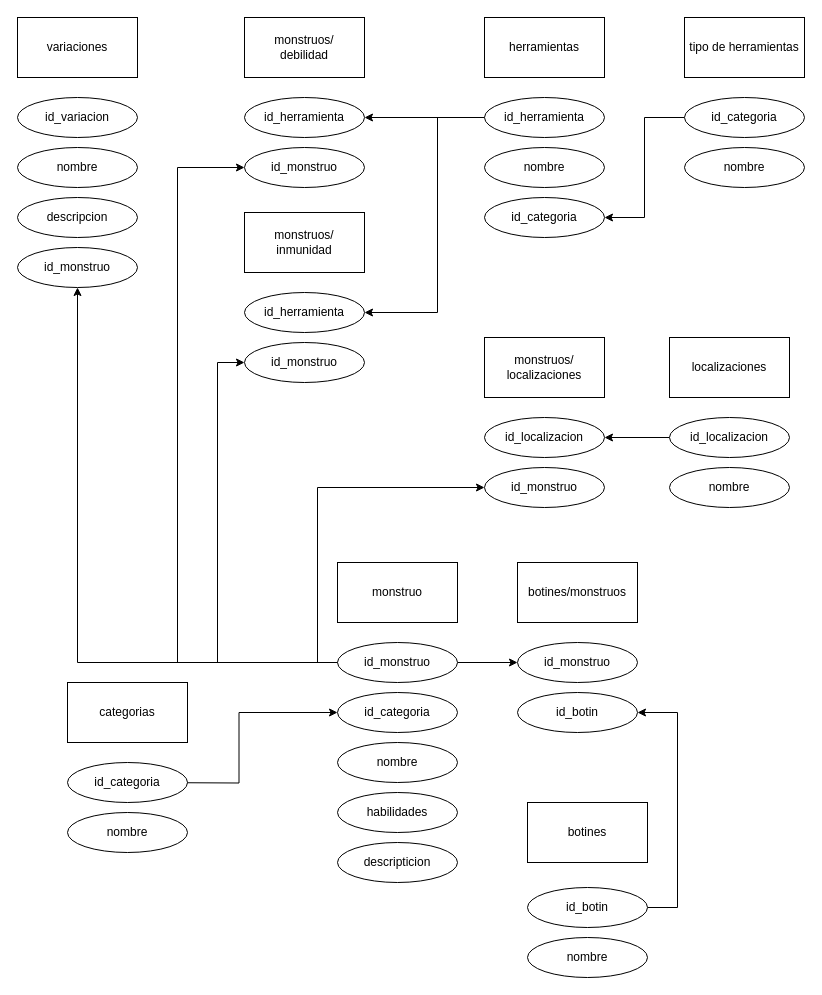
Fede-Diiorio/TheWitcherScript keeps this draw.io diagram as DiagramaBestiario.drawio. Above is the earlier version. Source tidied: cells renumbered, new cells numbered last; positions are measured from the earlier drawing's top-left corner, leaving out a move shared by most shapes. Both pictures are drawn from the tidied source at 100%, with x=0, y=0 at pixel (17, 17).
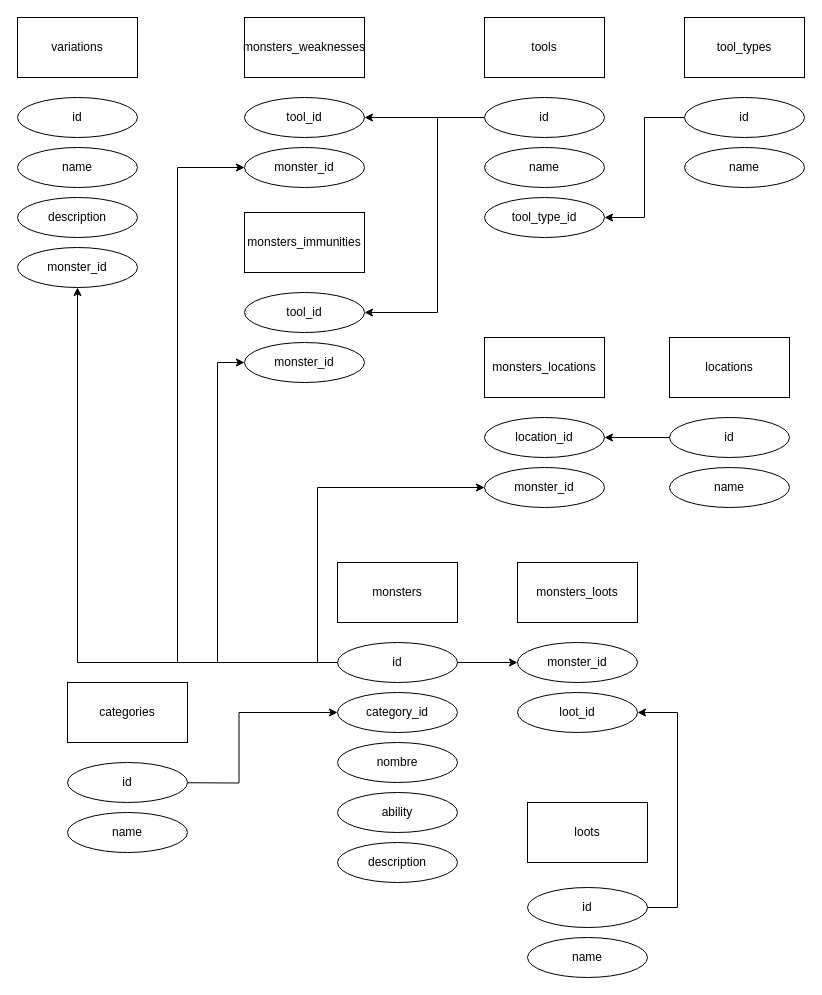
After the change.

Change to the diagram source:
```diff
@@
-    <mxCell id="2" value="categorias" style="rounded=0;whiteSpace=wrap;html=1;" parent="1" vertex="1">
+    <mxCell id="2" value="categories" style="rounded=0;whiteSpace=wrap;html=1;" parent="1" vertex="1">
       <mxGeometry x="50" y="665" width="120" height="60" as="geometry" />
     </mxCell>
@@
-    <mxCell id="4" value="id_categoria" style="ellipse;whiteSpace=wrap;html=1;strokeColor=light-dark(#000000,#009900);" parent="1" vertex="1">
+    <mxCell id="4" value="id" style="ellipse;whiteSpace=wrap;html=1;strokeColor=light-dark(#000000,#009900);" parent="1" vertex="1">
       <mxGeometry x="50" y="745" width="120" height="40" as="geometry" />
     </mxCell>
-    <mxCell id="5" value="nombre" style="ellipse;whiteSpace=wrap;html=1;" parent="1" vertex="1">
+    <mxCell id="5" value="name" style="ellipse;whiteSpace=wrap;html=1;" parent="1" vertex="1">
       <mxGeometry x="50" y="795" width="120" height="40" as="geometry" />
     </mxCell>
-    <mxCell id="6" value="monstruo" style="rounded=0;whiteSpace=wrap;html=1;" parent="1" vertex="1">
+    <mxCell id="6" value="monsters" style="rounded=0;whiteSpace=wrap;html=1;" parent="1" vertex="1">
       <mxGeometry x="320" y="545" width="120" height="60" as="geometry" />
     </mxCell>
@@
-    <mxCell id="12" value="id_monstruo" style="ellipse;whiteSpace=wrap;html=1;strokeColor=light-dark(#000000,#009900);" parent="1" vertex="1">
+    <mxCell id="12" value="id" style="ellipse;whiteSpace=wrap;html=1;strokeColor=light-dark(#000000,#009900);" parent="1" vertex="1">
       <mxGeometry x="320" y="625" width="120" height="40" as="geometry" />
     </mxCell>
-    <mxCell id="13" value="id_categoria" style="ellipse;whiteSpace=wrap;html=1;strokeColor=light-dark(#000000,#CC0000);" parent="1" vertex="1">
+    <mxCell id="13" value="category_id" style="ellipse;whiteSpace=wrap;html=1;strokeColor=light-dark(#000000,#CC0000);" parent="1" vertex="1">
       <mxGeometry x="320" y="675" width="120" height="40" as="geometry" />
     </mxCell>
-    <mxCell id="14" value="localizaciones" style="rounded=0;whiteSpace=wrap;html=1;" parent="1" vertex="1">
+    <mxCell id="14" value="locations" style="rounded=0;whiteSpace=wrap;html=1;" parent="1" vertex="1">
       <mxGeometry x="652" y="320" width="120" height="60" as="geometry" />
     </mxCell>
-    <mxCell id="15" value="habilidades" style="ellipse;whiteSpace=wrap;html=1;" parent="1" vertex="1">
+    <mxCell id="15" value="ability" style="ellipse;whiteSpace=wrap;html=1;" parent="1" vertex="1">
       <mxGeometry x="320" y="775" width="120" height="40" as="geometry" />
     </mxCell>
@@
-    <mxCell id="17" value="id_localizacion" style="ellipse;whiteSpace=wrap;html=1;strokeColor=light-dark(#000000,#009900);" parent="1" vertex="1">
+    <mxCell id="17" value="id" style="ellipse;whiteSpace=wrap;html=1;strokeColor=light-dark(#000000,#009900);" parent="1" vertex="1">
       <mxGeometry x="652" y="400" width="120" height="40" as="geometry" />
     </mxCell>
-    <mxCell id="18" value="nombre" style="ellipse;whiteSpace=wrap;html=1;" parent="1" vertex="1">
+    <mxCell id="18" value="name" style="ellipse;whiteSpace=wrap;html=1;" parent="1" vertex="1">
       <mxGeometry x="652" y="450" width="120" height="40" as="geometry" />
     </mxCell>
-    <mxCell id="19" value="herramientas" style="rounded=0;whiteSpace=wrap;html=1;" parent="1" vertex="1">
+    <mxCell id="19" value="tools" style="rounded=0;whiteSpace=wrap;html=1;" parent="1" vertex="1">
       <mxGeometry x="467" width="120" height="60" as="geometry" />
     </mxCell>
-    <mxCell id="20" value="tipo de herramientas" style="rounded=0;whiteSpace=wrap;html=1;" parent="1" vertex="1">
+    <mxCell id="20" value="tool_types" style="rounded=0;whiteSpace=wrap;html=1;" parent="1" vertex="1">
       <mxGeometry x="667" width="120" height="60" as="geometry" />
     </mxCell>
@@
-    <mxCell id="23" value="id_herramienta" style="ellipse;whiteSpace=wrap;html=1;strokeColor=light-dark(#000000,#009900);" parent="1" vertex="1">
+    <mxCell id="23" value="id" style="ellipse;whiteSpace=wrap;html=1;strokeColor=light-dark(#000000,#009900);" parent="1" vertex="1">
       <mxGeometry x="467" y="80" width="120" height="40" as="geometry" />
     </mxCell>
-    <mxCell id="24" value="nombre" style="ellipse;whiteSpace=wrap;html=1;" parent="1" vertex="1">
+    <mxCell id="24" value="name" style="ellipse;whiteSpace=wrap;html=1;" parent="1" vertex="1">
       <mxGeometry x="467" y="130" width="120" height="40" as="geometry" />
     </mxCell>
@@
-    <mxCell id="26" value="id_categoria" style="ellipse;whiteSpace=wrap;html=1;strokeColor=light-dark(#000000,#009900);" parent="1" vertex="1">
+    <mxCell id="26" value="id" style="ellipse;whiteSpace=wrap;html=1;strokeColor=light-dark(#000000,#009900);" parent="1" vertex="1">
       <mxGeometry x="667" y="80" width="120" height="40" as="geometry" />
     </mxCell>
-    <mxCell id="27" value="nombre" style="ellipse;whiteSpace=wrap;html=1;" parent="1" vertex="1">
+    <mxCell id="27" value="name" style="ellipse;whiteSpace=wrap;html=1;" parent="1" vertex="1">
       <mxGeometry x="667" y="130" width="120" height="40" as="geometry" />
     </mxCell>
-    <mxCell id="28" value="botines" style="rounded=0;whiteSpace=wrap;html=1;" parent="1" vertex="1">
+    <mxCell id="28" value="loots" style="rounded=0;whiteSpace=wrap;html=1;" parent="1" vertex="1">
       <mxGeometry x="510" y="785" width="120" height="60" as="geometry" />
     </mxCell>
@@
-    <mxCell id="30" value="id_botin" style="ellipse;whiteSpace=wrap;html=1;strokeColor=light-dark(#000000,#009900);" parent="1" vertex="1">
+    <mxCell id="30" value="id" style="ellipse;whiteSpace=wrap;html=1;strokeColor=light-dark(#000000,#009900);" parent="1" vertex="1">
       <mxGeometry x="510" y="870" width="120" height="40" as="geometry" />
     </mxCell>
-    <mxCell id="31" value="nombre" style="ellipse;whiteSpace=wrap;html=1;" parent="1" vertex="1">
+    <mxCell id="31" value="name" style="ellipse;whiteSpace=wrap;html=1;" parent="1" vertex="1">
       <mxGeometry x="510" y="920" width="120" height="40" as="geometry" />
     </mxCell>
-    <mxCell id="32" value="id_categoria" style="ellipse;whiteSpace=wrap;html=1;strokeColor=light-dark(#000000,#CC0000);" parent="1" vertex="1">
+    <mxCell id="32" value="tool_type_id" style="ellipse;whiteSpace=wrap;html=1;strokeColor=light-dark(#000000,#CC0000);" parent="1" vertex="1">
       <mxGeometry x="467" y="180" width="120" height="40" as="geometry" />
     </mxCell>
-    <mxCell id="33" value="monstruos/&lt;div&gt;debilidad&lt;/div&gt;" style="rounded=0;whiteSpace=wrap;html=1;" parent="1" vertex="1">
+    <mxCell id="33" value="monsters_weaknesses" style="rounded=0;whiteSpace=wrap;html=1;" parent="1" vertex="1">
       <mxGeometry x="227" width="120" height="60" as="geometry" />
     </mxCell>
-    <mxCell id="34" value="id_monstruo" style="ellipse;whiteSpace=wrap;html=1;strokeColor=light-dark(#000000,#CC0000);" parent="1" vertex="1">
+    <mxCell id="34" value="monster_id" style="ellipse;whiteSpace=wrap;html=1;strokeColor=light-dark(#000000,#CC0000);" parent="1" vertex="1">
       <mxGeometry x="227" y="130" width="120" height="40" as="geometry" />
     </mxCell>
-    <mxCell id="35" value="id_herramienta" style="ellipse;whiteSpace=wrap;html=1;strokeColor=light-dark(#000000,#CC0000);" parent="1" vertex="1">
+    <mxCell id="35" value="tool_id" style="ellipse;whiteSpace=wrap;html=1;strokeColor=light-dark(#000000,#CC0000);" parent="1" vertex="1">
       <mxGeometry x="227" y="80" width="120" height="40" as="geometry" />
     </mxCell>
@@
-    <mxCell id="37" value="botines/monstruos" style="rounded=0;whiteSpace=wrap;html=1;" parent="1" vertex="1">
+    <mxCell id="37" value="monsters_loots" style="rounded=0;whiteSpace=wrap;html=1;" parent="1" vertex="1">
       <mxGeometry x="500" y="545" width="120" height="60" as="geometry" />
     </mxCell>
-    <mxCell id="38" value="id_monstruo" style="ellipse;whiteSpace=wrap;html=1;strokeColor=light-dark(#000000,#CC0000);" parent="1" vertex="1">
+    <mxCell id="38" value="monster_id" style="ellipse;whiteSpace=wrap;html=1;strokeColor=light-dark(#000000,#CC0000);" parent="1" vertex="1">
       <mxGeometry x="500" y="625" width="120" height="40" as="geometry" />
     </mxCell>
-    <mxCell id="39" value="id_botin" style="ellipse;whiteSpace=wrap;html=1;strokeColor=light-dark(#000000,#CC0000);" parent="1" vertex="1">
+    <mxCell id="39" value="loot_id" style="ellipse;whiteSpace=wrap;html=1;strokeColor=light-dark(#000000,#CC0000);" parent="1" vertex="1">
       <mxGeometry x="500" y="675" width="120" height="40" as="geometry" />
     </mxCell>
-    <mxCell id="40" value="variaciones" style="rounded=0;whiteSpace=wrap;html=1;" parent="1" vertex="1">
+    <mxCell id="40" value="variations" style="rounded=0;whiteSpace=wrap;html=1;" parent="1" vertex="1">
       <mxGeometry width="120" height="60" as="geometry" />
     </mxCell>
-    <mxCell id="41" value="id_variacion" style="ellipse;whiteSpace=wrap;html=1;strokeColor=light-dark(#000000,#009900);" parent="1" vertex="1">
+    <mxCell id="41" value="id" style="ellipse;whiteSpace=wrap;html=1;strokeColor=light-dark(#000000,#009900);" parent="1" vertex="1">
       <mxGeometry y="80" width="120" height="40" as="geometry" />
     </mxCell>
-    <mxCell id="42" value="nombre" style="ellipse;whiteSpace=wrap;html=1;" parent="1" vertex="1">
+    <mxCell id="42" value="name" style="ellipse;whiteSpace=wrap;html=1;" parent="1" vertex="1">
       <mxGeometry y="130" width="120" height="40" as="geometry" />
     </mxCell>
-    <mxCell id="43" value="descripcion" style="ellipse;whiteSpace=wrap;html=1;" parent="1" vertex="1">
+    <mxCell id="43" value="description" style="ellipse;whiteSpace=wrap;html=1;" parent="1" vertex="1">
       <mxGeometry y="180" width="120" height="40" as="geometry" />
     </mxCell>
-    <mxCell id="44" value="id_monstruo" style="ellipse;whiteSpace=wrap;html=1;strokeColor=light-dark(#000000,#CC0000);" parent="1" vertex="1">
+    <mxCell id="44" value="monster_id" style="ellipse;whiteSpace=wrap;html=1;strokeColor=light-dark(#000000,#CC0000);" parent="1" vertex="1">
       <mxGeometry y="230" width="120" height="40" as="geometry" />
     </mxCell>
-    <mxCell id="45" value="descripticion" style="ellipse;whiteSpace=wrap;html=1;" parent="1" vertex="1">
+    <mxCell id="45" value="description" style="ellipse;whiteSpace=wrap;html=1;" parent="1" vertex="1">
       <mxGeometry x="320" y="825" width="120" height="40" as="geometry" />
     </mxCell>
-    <mxCell id="46" value="monstruos/&lt;div&gt;localizaciones&lt;/div&gt;" style="rounded=0;whiteSpace=wrap;html=1;" parent="1" vertex="1">
+    <mxCell id="46" value="monsters_locations" style="rounded=0;whiteSpace=wrap;html=1;" parent="1" vertex="1">
       <mxGeometry x="467" y="320" width="120" height="60" as="geometry" />
     </mxCell>
-    <mxCell id="47" value="id_localizacion" style="ellipse;whiteSpace=wrap;html=1;strokeColor=light-dark(#000000,#CC0000);" parent="1" vertex="1">
+    <mxCell id="47" value="location_id" style="ellipse;whiteSpace=wrap;html=1;strokeColor=light-dark(#000000,#CC0000);" parent="1" vertex="1">
       <mxGeometry x="467" y="400" width="120" height="40" as="geometry" />
     </mxCell>
-    <mxCell id="48" value="id_monstruo" style="ellipse;whiteSpace=wrap;html=1;strokeColor=light-dark(#000000,#CC0000);" parent="1" vertex="1">
+    <mxCell id="48" value="monster_id" style="ellipse;whiteSpace=wrap;html=1;strokeColor=light-dark(#000000,#CC0000);" parent="1" vertex="1">
       <mxGeometry x="467" y="450" width="120" height="40" as="geometry" />
     </mxCell>
-    <mxCell id="49" value="monstruos/&lt;div&gt;inmunidad&lt;/div&gt;" style="rounded=0;whiteSpace=wrap;html=1;" parent="1" vertex="1">
+    <mxCell id="49" value="monsters_immunities" style="rounded=0;whiteSpace=wrap;html=1;" parent="1" vertex="1">
       <mxGeometry x="227" y="195" width="120" height="60" as="geometry" />
     </mxCell>
-    <mxCell id="50" value="id_monstruo" style="ellipse;whiteSpace=wrap;html=1;strokeColor=light-dark(#000000,#CC0000);" parent="1" vertex="1">
+    <mxCell id="50" value="monster_id" style="ellipse;whiteSpace=wrap;html=1;strokeColor=light-dark(#000000,#CC0000);" parent="1" vertex="1">
       <mxGeometry x="227" y="325" width="120" height="40" as="geometry" />
     </mxCell>
-    <mxCell id="51" value="id_herramienta" style="ellipse;whiteSpace=wrap;html=1;strokeColor=light-dark(#000000,#CC0000);" parent="1" vertex="1">
+    <mxCell id="51" value="tool_id" style="ellipse;whiteSpace=wrap;html=1;strokeColor=light-dark(#000000,#CC0000);" parent="1" vertex="1">
       <mxGeometry x="227" y="275" width="120" height="40" as="geometry" />
     </mxCell>
```
